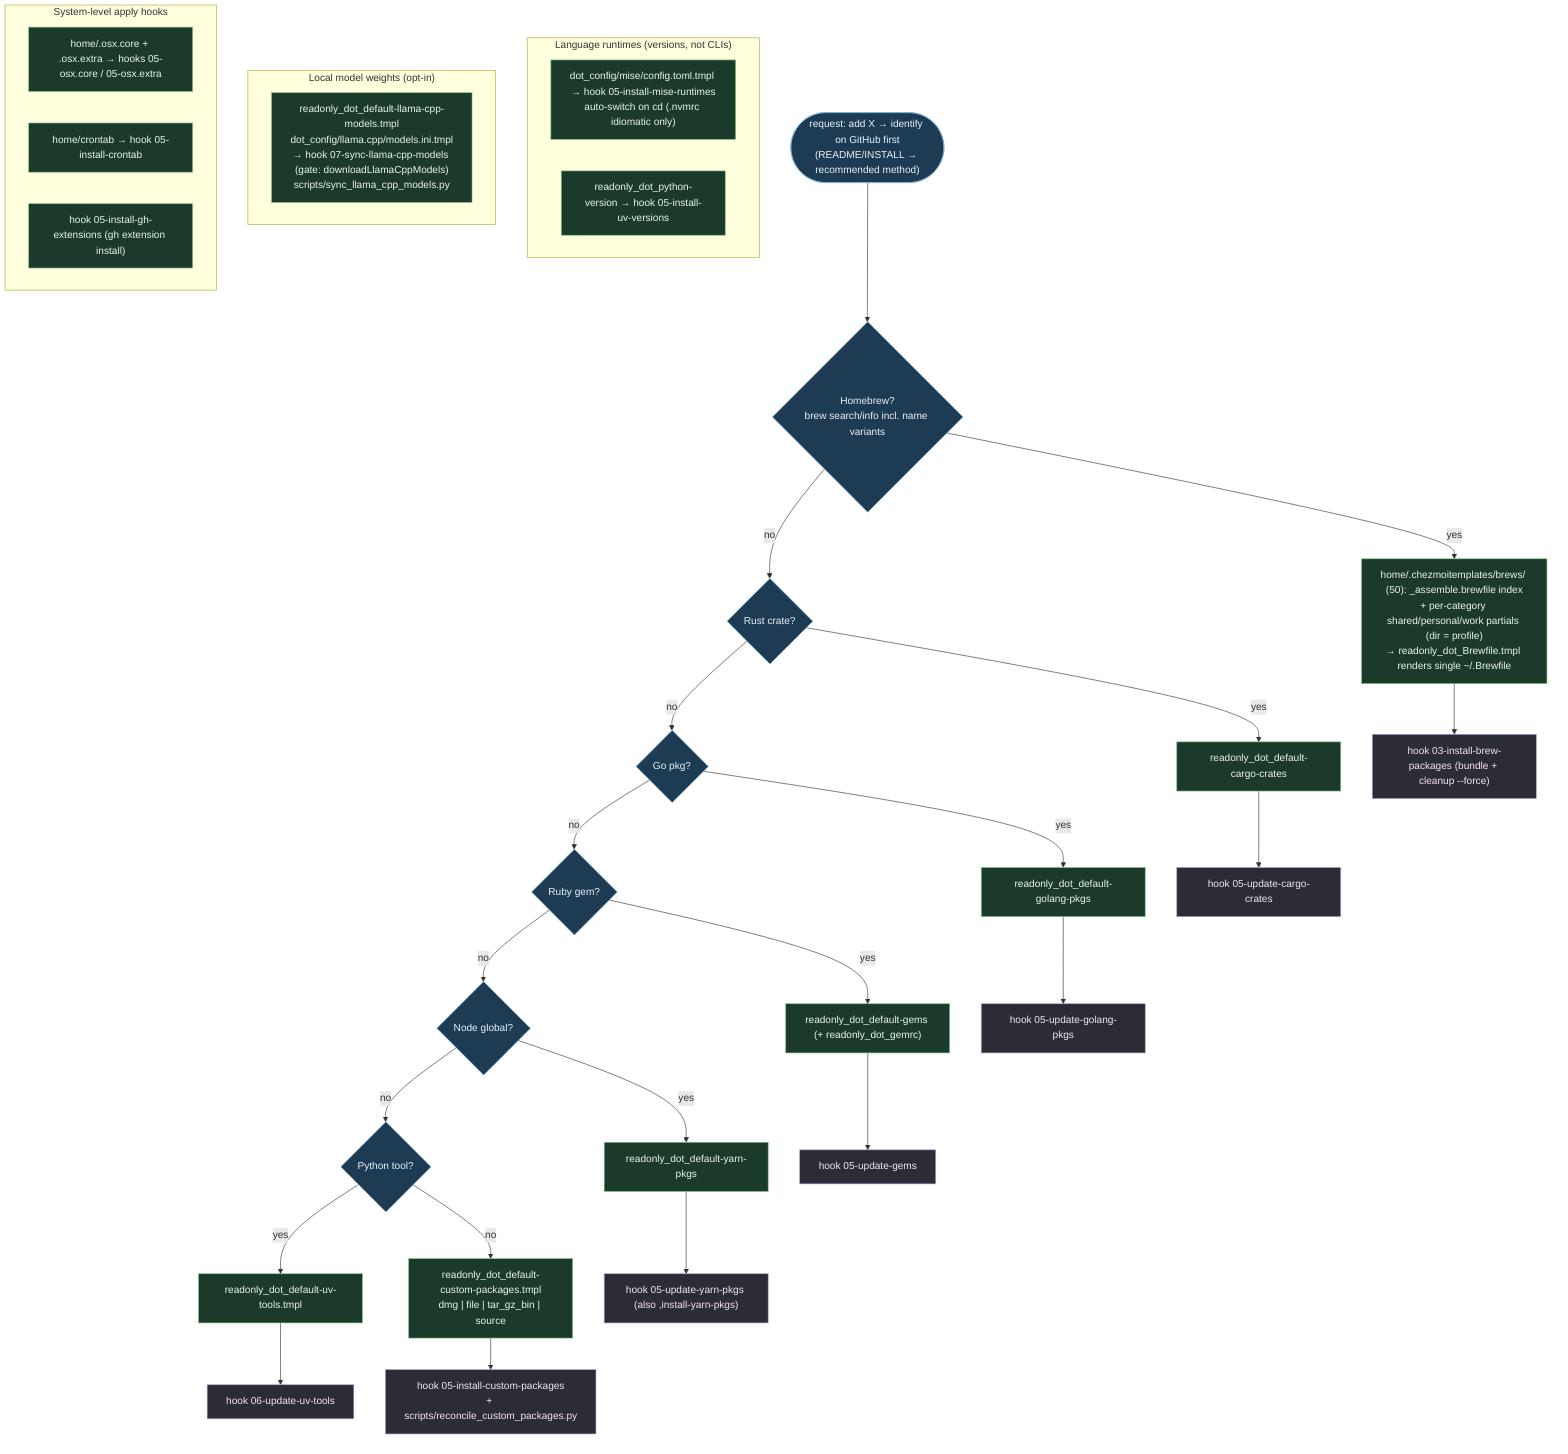
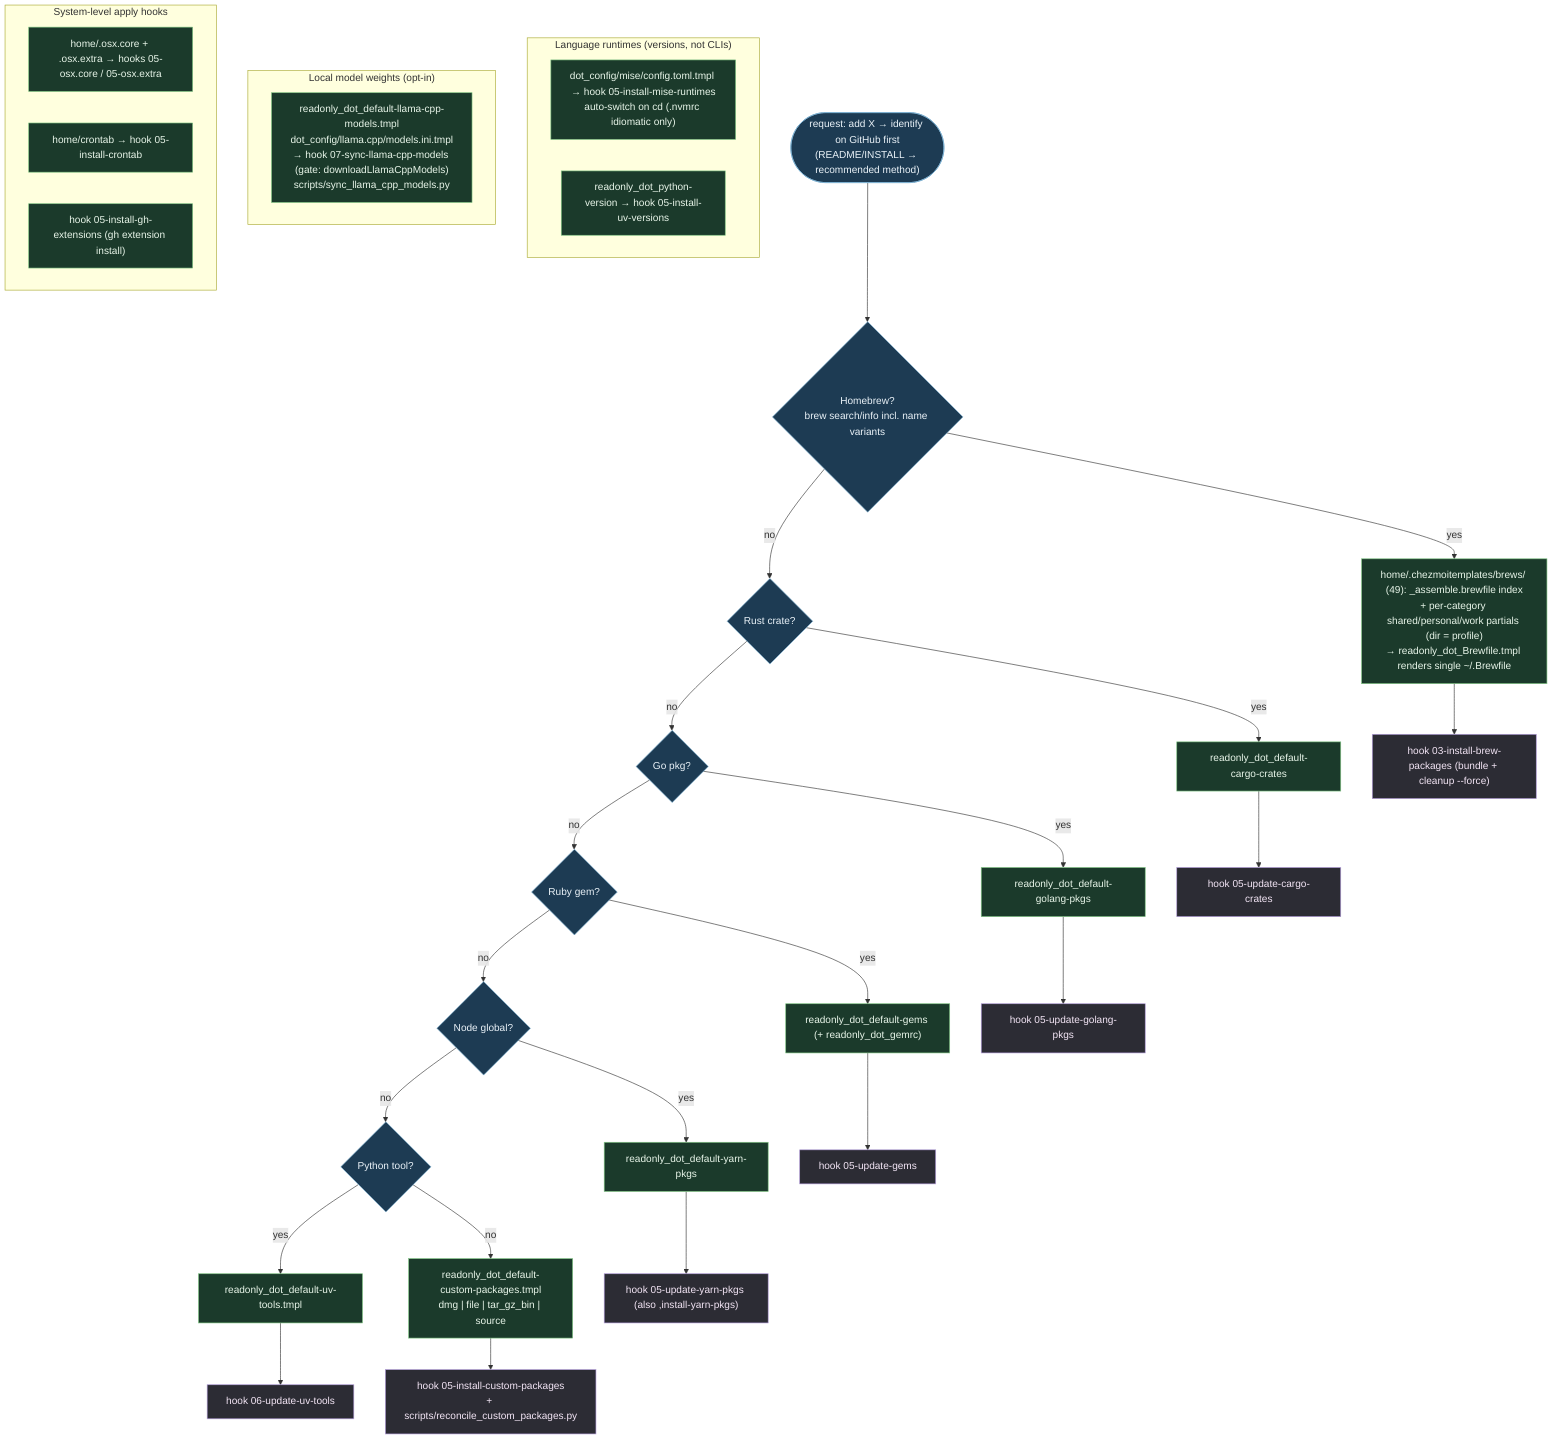
%% ============================================================================
%% 02-package-management.mmd — "add X" decision ladder + every declarative
%% package list and its sync hook. Stop at first suitable match top-down.
%% Lists live at home/readonly_dot_default-* (deployed to ~/.default-*).
%% ============================================================================
flowchart TD
    classDef q fill:#1d3b53,stroke:#7fb3d5,color:#eaf2f8;
    classDef reg fill:#1b3a2b,stroke:#81c784,color:#e8f5e9;
    classDef hook fill:#2c2c34,stroke:#b39ddb,color:#f3e5f5;

    ADD(["request: add X → identify on GitHub first<br/>(README/INSTALL → recommended method)"]):::q

    ADD --> BREW{"Homebrew?<br/>brew search/info incl. name variants"}:::q
-     BREW -- yes --> BREWF["home/.chezmoitemplates/brews/ (50): _assemble.brewfile index<br/>+ per-category shared/personal/work partials (dir = profile)<br/>→ readonly_dot_Brewfile.tmpl renders single ~/.Brewfile"]:::reg
+     BREW -- yes --> BREWF["home/.chezmoitemplates/brews/ (49): _assemble.brewfile index<br/>+ per-category shared/personal/work partials (dir = profile)<br/>→ readonly_dot_Brewfile.tmpl renders single ~/.Brewfile"]:::reg
    BREW -- no --> CARGO{Rust crate?}:::q
    CARGO -- yes --> CARGOF["readonly_dot_default-cargo-crates"]:::reg
    CARGO -- no --> GO{Go pkg?}:::q
    GO -- yes --> GOF["readonly_dot_default-golang-pkgs"]:::reg
    GO -- no --> GEM{Ruby gem?}:::q
    GEM -- yes --> GEMF["readonly_dot_default-gems (+ readonly_dot_gemrc)"]:::reg
    GEM -- no --> YARN{Node global?}:::q
    YARN -- yes --> YARNF["readonly_dot_default-yarn-pkgs"]:::reg
    YARN -- no --> UV{Python tool?}:::q
    UV -- yes --> UVF["readonly_dot_default-uv-tools.tmpl"]:::reg
    UV -- no --> CUSTOM["readonly_dot_default-custom-packages.tmpl<br/>dmg | file | tar_gz_bin | source"]:::reg

    BREWF --> H3["hook 03-install-brew-packages (bundle + cleanup --force)"]:::hook
    CARGOF --> H5c["hook 05-update-cargo-crates"]:::hook
    GOF --> H5g["hook 05-update-golang-pkgs"]:::hook
    GEMF --> H5r["hook 05-update-gems"]:::hook
    YARNF --> H5y["hook 05-update-yarn-pkgs (also ,install-yarn-pkgs)"]:::hook
    UVF --> H6["hook 06-update-uv-tools"]:::hook
    CUSTOM --> H5x["hook 05-install-custom-packages<br/>+ scripts/reconcile_custom_packages.py"]:::hook

    subgraph RUNTIMES["Language runtimes (versions, not CLIs)"]
        MISE["dot_config/mise/config.toml.tmpl → hook 05-install-mise-runtimes<br/>auto-switch on cd (.nvmrc idiomatic only)"]:::reg
        PYV["readonly_dot_python-version → hook 05-install-uv-versions"]:::reg
    end

    subgraph LOCALAI["Local model weights (opt-in)"]
        LLAMA["readonly_dot_default-llama-cpp-models.tmpl<br/>dot_config/llama.cpp/models.ini.tmpl<br/>→ hook 07-sync-llama-cpp-models (gate: downloadLlamaCppModels)<br/>scripts/sync_llama_cpp_models.py"]:::reg
    end

    subgraph SYSTEM["System-level apply hooks"]
        OSX["home/.osx.core + .osx.extra → hooks 05-osx.core / 05-osx.extra"]:::reg
        CRON["home/crontab → hook 05-install-crontab"]:::reg
        GHEXT["hook 05-install-gh-extensions (gh extension install)"]:::reg
    end
